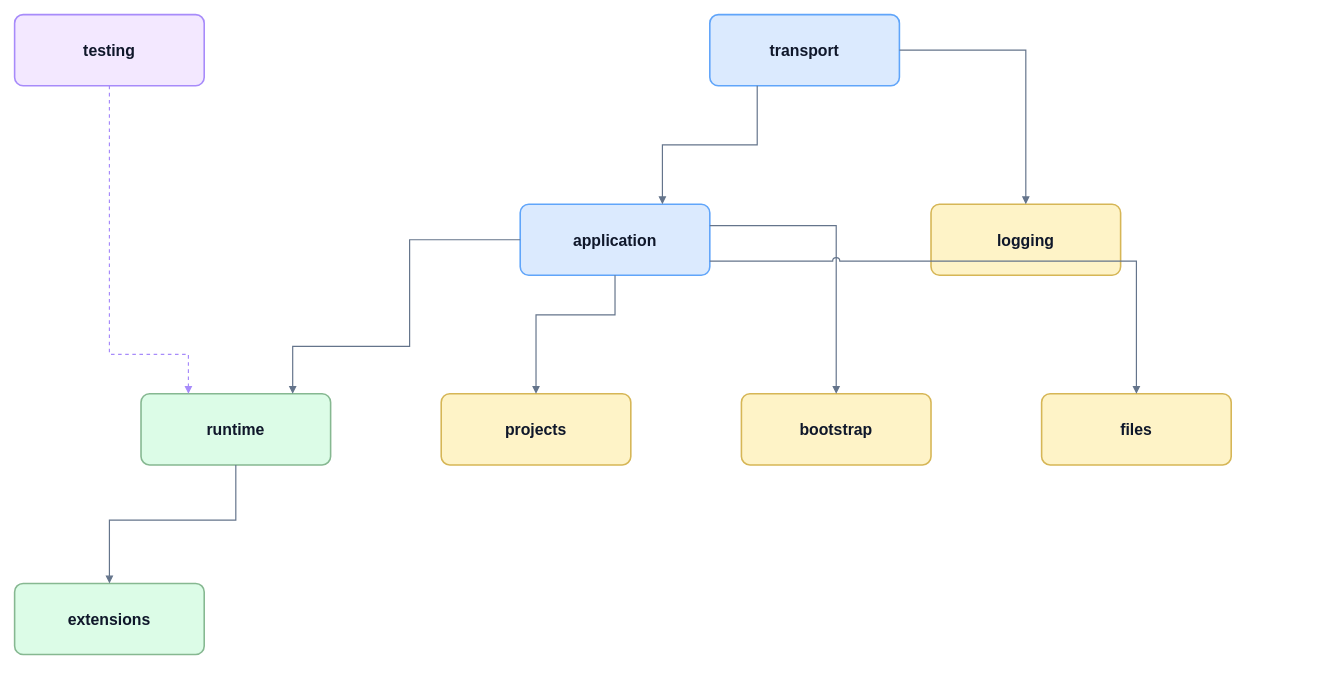
Before: docs/architecture.drawio in ManuelSelch/pi-server, a draw.io diagram. Source tidied: cells renumbered, new cells numbered last; positions are measured from the earlier drawing's top-left corner, leaving out a move shared by most shapes. Both pictures are drawn from the tidied source at 79%, with x=0, y=0 at pixel (14, 14).
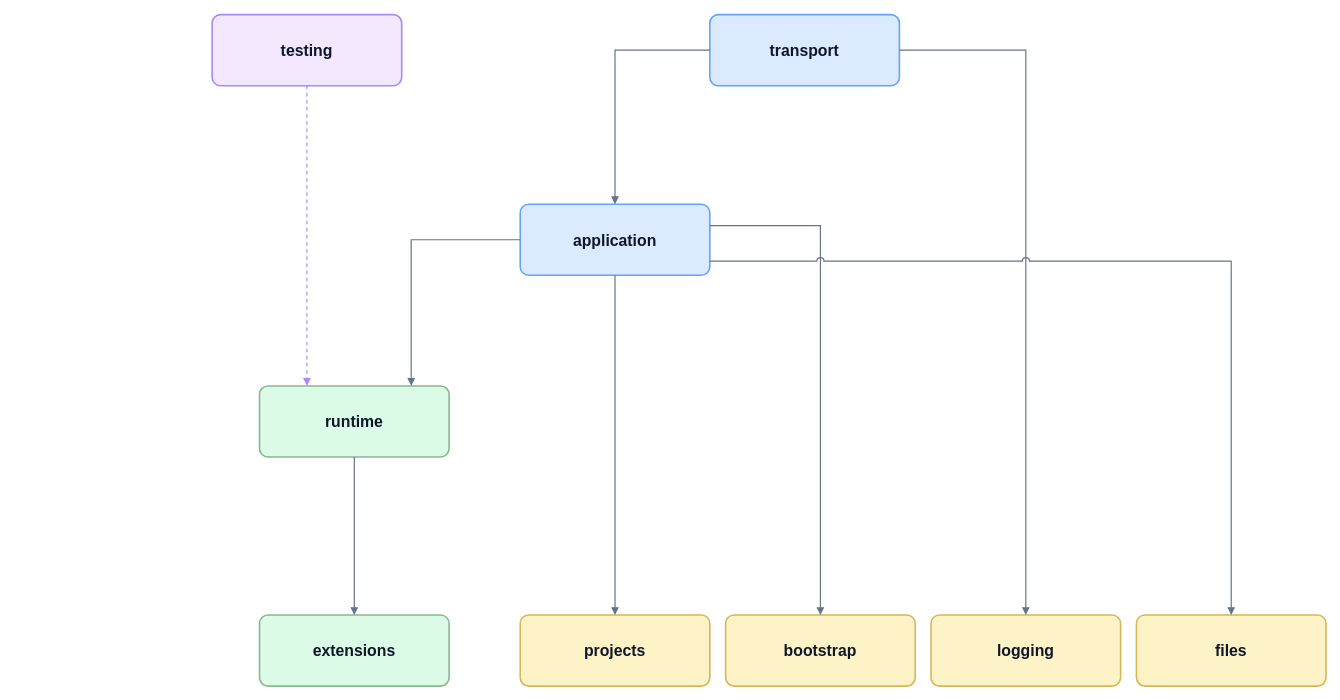
The same diagram, later.

Commit message:
docs(architecture): simplify

The change refers to these unchanged cells:
```xml
<mxCell id="3" value="transport" style="rounded=1;arcSize=12;whiteSpace=wrap;html=1;fillColor=#dbeafe;strokeColor=#60a5fa;strokeWidth=2;fontColor=#0f172a;fontSize=20;fontStyle=1;" parent="1" vertex="1">
  <mxGeometry x="880" width="240" height="90" as="geometry" />
</mxCell>
<mxCell id="4" value="application" style="rounded=1;arcSize=12;whiteSpace=wrap;html=1;fillColor=#dbeafe;strokeColor=#60a5fa;strokeWidth=2;fontColor=#0f172a;fontSize=20;fontStyle=1;" parent="1" vertex="1">
  <mxGeometry x="640" y="240" width="240" height="90" as="geometry" />
</mxCell>
```

The edit, as a diff of the source:
```diff
@@
     <mxCell id="2" value="testing" style="rounded=1;arcSize=12;whiteSpace=wrap;html=1;fillColor=#f3e8ff;strokeColor=#a78bfa;strokeWidth=2;fontColor=#0f172a;fontSize=20;fontStyle=1;" parent="1" vertex="1">
-      <mxGeometry width="240" height="90" as="geometry" />
+      <mxGeometry x="250" width="240" height="90" as="geometry" />
     </mxCell>
@@
     <mxCell id="5" value="logging" style="rounded=1;arcSize=12;whiteSpace=wrap;html=1;fillColor=#fef3c7;strokeColor=#d6b656;strokeWidth=2;fontColor=#0f172a;fontSize=20;fontStyle=1;" parent="1" vertex="1">
-      <mxGeometry x="1160" y="240" width="240" height="90" as="geometry" />
+      <mxGeometry x="1160" y="760" width="240" height="90" as="geometry" />
     </mxCell>
     <mxCell id="6" value="runtime" style="rounded=1;arcSize=12;whiteSpace=wrap;html=1;fillColor=#dcfce7;strokeColor=#86b891;strokeWidth=2;fontColor=#0f172a;fontSize=20;fontStyle=1;" parent="1" vertex="1">
-      <mxGeometry x="160" y="480" width="240" height="90" as="geometry" />
+      <mxGeometry x="310" y="470" width="240" height="90" as="geometry" />
     </mxCell>
     <mxCell id="7" value="projects" style="rounded=1;arcSize=12;whiteSpace=wrap;html=1;fillColor=#fef3c7;strokeColor=#d6b656;strokeWidth=2;fontColor=#0f172a;fontSize=20;fontStyle=1;" parent="1" vertex="1">
-      <mxGeometry x="540" y="480" width="240" height="90" as="geometry" />
+      <mxGeometry x="640" y="760" width="240" height="90" as="geometry" />
     </mxCell>
     <mxCell id="8" value="bootstrap" style="rounded=1;arcSize=12;whiteSpace=wrap;html=1;fillColor=#fef3c7;strokeColor=#d6b656;strokeWidth=2;fontColor=#0f172a;fontSize=20;fontStyle=1;" parent="1" vertex="1">
-      <mxGeometry x="920" y="480" width="240" height="90" as="geometry" />
+      <mxGeometry x="900" y="760" width="240" height="90" as="geometry" />
     </mxCell>
     <mxCell id="9" value="files" style="rounded=1;arcSize=12;whiteSpace=wrap;html=1;fillColor=#fef3c7;strokeColor=#d6b656;strokeWidth=2;fontColor=#0f172a;fontSize=20;fontStyle=1;" parent="1" vertex="1">
-      <mxGeometry x="1300" y="480" width="240" height="90" as="geometry" />
+      <mxGeometry x="1420" y="760" width="240" height="90" as="geometry" />
     </mxCell>
     <mxCell id="10" value="extensions" style="rounded=1;arcSize=12;whiteSpace=wrap;html=1;fillColor=#dcfce7;strokeColor=#86b891;strokeWidth=2;fontColor=#0f172a;fontSize=20;fontStyle=1;" parent="1" vertex="1">
-      <mxGeometry y="720" width="240" height="90" as="geometry" />
+      <mxGeometry x="310" y="760" width="240" height="90" as="geometry" />
     </mxCell>
-    <mxCell id="11" style="edgeStyle=orthogonalEdgeStyle;rounded=0;html=1;endArrow=block;endFill=1;strokeColor=#64748b;strokeWidth=1.5;jumpStyle=arc;jumpSize=8;exitX=0.25;exitY=1;entryX=0.75;entryY=0;exitDx=0;exitDy=0;entryDx=0;entryDy=0;" parent="1" edge="1" source="3" target="4">
+    <mxCell id="11" style="edgeStyle=orthogonalEdgeStyle;rounded=0;html=1;endArrow=block;endFill=1;strokeColor=#64748b;strokeWidth=1.5;jumpStyle=arc;jumpSize=8;exitX=0;exitY=0.5;entryX=0.5;entryY=0;exitDx=0;exitDy=0;entryDx=0;entryDy=0;" parent="1" edge="1" source="3" target="4">
       <mxGeometry relative="1" as="geometry" />
     </mxCell>
@@
     <mxCell id="13" style="edgeStyle=orthogonalEdgeStyle;rounded=0;html=1;endArrow=block;endFill=1;strokeColor=#64748b;strokeWidth=1.5;jumpStyle=arc;jumpSize=8;exitX=0;exitY=0.5;entryX=0.8;entryY=0;exitDx=0;exitDy=0;entryDx=0;entryDy=0;" parent="1" edge="1" source="4" target="6">
-      <mxGeometry relative="1" as="geometry">
-        <Array as="points">
-          <mxPoint x="500" y="285" />
-          <mxPoint x="500" y="420" />
-          <mxPoint x="352" y="420" />
-        </Array>
-      </mxGeometry>
+      <mxGeometry relative="1" as="geometry" />
     </mxCell>
     <mxCell id="14" style="edgeStyle=orthogonalEdgeStyle;rounded=0;html=1;endArrow=block;endFill=1;strokeColor=#64748b;strokeWidth=1.5;jumpStyle=arc;jumpSize=8;exitX=0.5;exitY=1;entryX=0.5;entryY=0;exitDx=0;exitDy=0;entryDx=0;entryDy=0;" parent="1" edge="1" source="4" target="7">
-      <mxGeometry relative="1" as="geometry">
-        <Array as="points">
-          <mxPoint x="760" y="380" />
-          <mxPoint x="660" y="380" />
-        </Array>
-      </mxGeometry>
+      <mxGeometry relative="1" as="geometry" />
     </mxCell>
     <mxCell id="15" style="edgeStyle=orthogonalEdgeStyle;rounded=0;html=1;endArrow=block;endFill=1;strokeColor=#64748b;strokeWidth=1.5;jumpStyle=arc;jumpSize=8;exitX=1;exitY=0.3;entryX=0.5;entryY=0;exitDx=0;exitDy=0;entryDx=0;entryDy=0;" parent="1" edge="1" source="4" target="8">
-      <mxGeometry relative="1" as="geometry">
-        <Array as="points">
-          <mxPoint x="1040" y="267" />
-        </Array>
-      </mxGeometry>
+      <mxGeometry relative="1" as="geometry" />
     </mxCell>
     <mxCell id="16" style="edgeStyle=orthogonalEdgeStyle;rounded=0;html=1;endArrow=block;endFill=1;strokeColor=#64748b;strokeWidth=1.5;jumpStyle=arc;jumpSize=8;exitX=1;exitY=0.8;entryX=0.5;entryY=0;exitDx=0;exitDy=0;entryDx=0;entryDy=0;" parent="1" edge="1" source="4" target="9">
-      <mxGeometry relative="1" as="geometry">
-        <Array as="points">
-          <mxPoint x="1420" y="312" />
-        </Array>
-      </mxGeometry>
+      <mxGeometry relative="1" as="geometry" />
     </mxCell>
     <mxCell id="17" style="edgeStyle=orthogonalEdgeStyle;rounded=0;html=1;endArrow=block;endFill=1;strokeColor=#64748b;strokeWidth=1.5;jumpStyle=arc;jumpSize=8;exitX=0.5;exitY=1;entryX=0.5;entryY=0;exitDx=0;exitDy=0;entryDx=0;entryDy=0;" parent="1" edge="1" source="6" target="10">
-      <mxGeometry relative="1" as="geometry">
-        <Array as="points">
-          <mxPoint x="280" y="640" />
-          <mxPoint x="120" y="640" />
-        </Array>
-      </mxGeometry>
+      <mxGeometry relative="1" as="geometry" />
     </mxCell>
     <mxCell id="18" style="edgeStyle=orthogonalEdgeStyle;rounded=0;html=1;endArrow=block;endFill=1;strokeColor=#a78bfa;strokeWidth=1.5;jumpStyle=arc;jumpSize=8;exitX=0.5;exitY=1;entryX=0.25;entryY=0;exitDx=0;exitDy=0;entryDx=0;entryDy=0;dashed=1;" parent="1" edge="1" source="2" target="6">
-      <mxGeometry relative="1" as="geometry">
-        <Array as="points">
-          <mxPoint x="120" y="430" />
-          <mxPoint x="220" y="430" />
-        </Array>
-      </mxGeometry>
+      <mxGeometry relative="1" as="geometry" />
     </mxCell>
```
